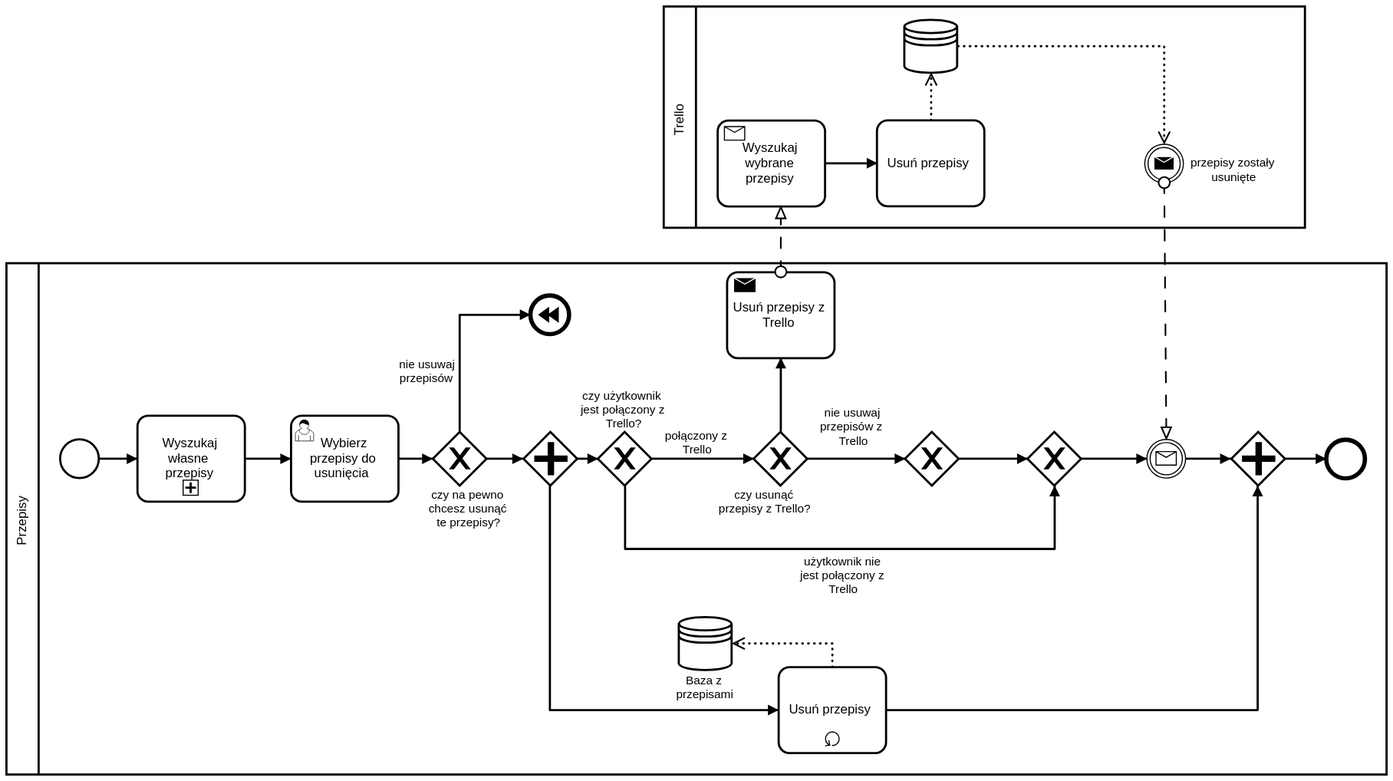
This is doc/diagramy/usuń_przepisy.svg from SebastianLasisz/Przepisy, a BPMN export, as it was before one commit. Its source is kept beside it as doc/diagramy/usuń_przepisy.bpmn. Ids are renumbered.
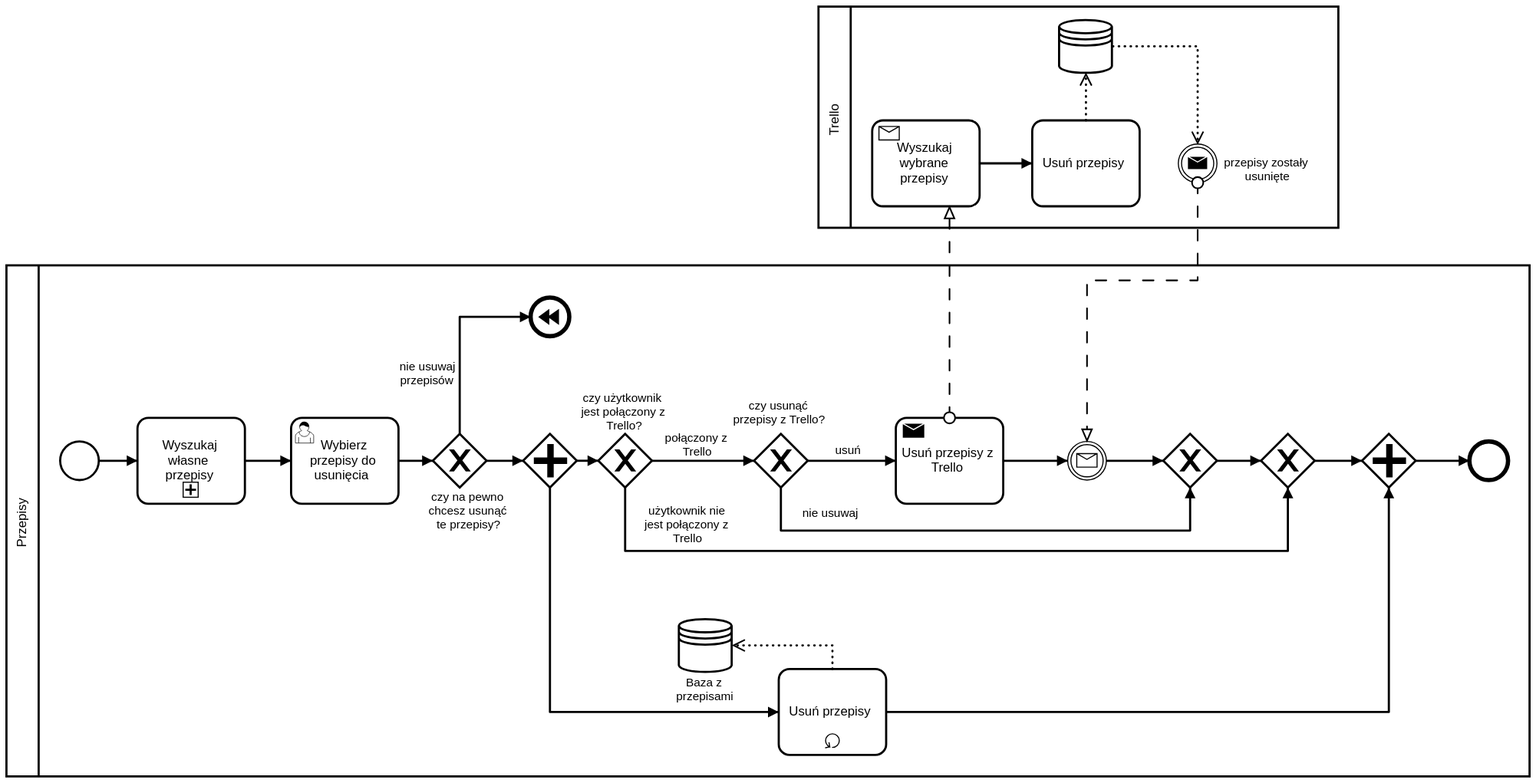
Above is the later version.

What changed in the source:
```diff
@@ -19,23 +19,8 @@
     <bpmn:sequenceFlow id="SequenceFlow_n17" name="połączony z Trello" sourceRef="ExclusiveGateway_n15" targetRef="ExclusiveGateway_n19" />
-    <bpmn:sequenceFlow id="SequenceFlow_n20" name="nie usuwaj przepisów z Trello" sourceRef="ExclusiveGateway_n19" targetRef="ExclusiveGateway_n21" />
     <bpmn:exclusiveGateway id="ExclusiveGateway_n19" name="czy usunąć przepisy z Trello?">
       <bpmn:incoming>SequenceFlow_n17</bpmn:incoming>
-      <bpmn:outgoing>SequenceFlow_n20</bpmn:outgoing>
-      <bpmn:outgoing>SequenceFlow_n22</bpmn:outgoing>
-    </bpmn:exclusiveGateway>
-    <bpmn:exclusiveGateway id="ExclusiveGateway_n21">
-      <bpmn:incoming>SequenceFlow_n20</bpmn:incoming>
-      <bpmn:outgoing>SequenceFlow_n23</bpmn:outgoing>
-    </bpmn:exclusiveGateway>
-    <bpmn:sequenceFlow id="SequenceFlow_n23" sourceRef="ExclusiveGateway_n21" targetRef="ExclusiveGateway_n24" />
-    <bpmn:exclusiveGateway id="ExclusiveGateway_n24">
-      <bpmn:incoming>SequenceFlow_n23</bpmn:incoming>
-      <bpmn:incoming>SequenceFlow_n18</bpmn:incoming>
-      <bpmn:outgoing>SequenceFlow_n25</bpmn:outgoing>
+      <bpmn:outgoing>SequenceFlow_n47</bpmn:outgoing>
+      <bpmn:outgoing>SequenceFlow_n48</bpmn:outgoing>
     </bpmn:exclusiveGateway>
     <bpmn:sequenceFlow id="SequenceFlow_n18" name="użytkownik nie jest połączony z Trello" sourceRef="ExclusiveGateway_n15" targetRef="ExclusiveGateway_n24" />
-    <bpmn:sequenceFlow id="SequenceFlow_n22" sourceRef="ExclusiveGateway_n19" targetRef="SendTask_n6" />
-    <bpmn:sendTask id="SendTask_n6" name="Usuń przepisy z Trello">
-      <bpmn:incoming>SequenceFlow_n22</bpmn:incoming>
-    </bpmn:sendTask>
     <bpmn:task id="Task_n26" name="Usuń przepisy">
@@ -54,11 +39,3 @@
     </bpmn:parallelGateway>
-    <bpmn:sequenceFlow id="SequenceFlow_n25" sourceRef="ExclusiveGateway_n24" targetRef="IntermediateCatchEvent_n10" />
     <bpmn:sequenceFlow id="SequenceFlow_n28" sourceRef="Task_n26" targetRef="ParallelGateway_n33" />
-    <bpmn:sequenceFlow id="SequenceFlow_n34" sourceRef="ParallelGateway_n33" targetRef="EndEvent_n35" />
-    <bpmn:sequenceFlow id="SequenceFlow_n36" sourceRef="IntermediateCatchEvent_n10" targetRef="ParallelGateway_n33" />
-    <bpmn:intermediateCatchEvent id="IntermediateCatchEvent_n10">
-      <bpmn:incoming>SequenceFlow_n25</bpmn:incoming>
-      <bpmn:outgoing>SequenceFlow_n36</bpmn:outgoing>
-      <bpmn:messageEventDefinition />
-    </bpmn:intermediateCatchEvent>
     <bpmn:sequenceFlow id="SequenceFlow_n37" sourceRef="UserTask_n14" targetRef="ExclusiveGateway_n38" />
@@ -84,5 +61,31 @@
     </bpmn:endEvent>
+    <bpmn:dataStoreReference id="DataStoreReference_n30" name="Baza z przepisami" />
+    <bpmn:sequenceFlow id="SequenceFlow_n49" sourceRef="IntermediateCatchEvent_n10" targetRef="ExclusiveGateway_n50" />
+    <bpmn:sequenceFlow id="SequenceFlow_n47" name="nie usuwaj" sourceRef="ExclusiveGateway_n19" targetRef="ExclusiveGateway_n50" />
+    <bpmn:sequenceFlow id="SequenceFlow_n51" sourceRef="SendTask_n6" targetRef="IntermediateCatchEvent_n10" />
+    <bpmn:sequenceFlow id="SequenceFlow_n52" sourceRef="ExclusiveGateway_n50" targetRef="ExclusiveGateway_n24" />
+    <bpmn:sequenceFlow id="SequenceFlow_n34" sourceRef="ParallelGateway_n33" targetRef="EndEvent_n35" />
+    <bpmn:sendTask id="SendTask_n6" name="Usuń przepisy z Trello">
+      <bpmn:incoming>SequenceFlow_n48</bpmn:incoming>
+      <bpmn:outgoing>SequenceFlow_n51</bpmn:outgoing>
+    </bpmn:sendTask>
+    <bpmn:sequenceFlow id="SequenceFlow_n48" name="usuń" sourceRef="ExclusiveGateway_n19" targetRef="SendTask_n6" />
+    <bpmn:intermediateCatchEvent id="IntermediateCatchEvent_n10">
+      <bpmn:incoming>SequenceFlow_n51</bpmn:incoming>
+      <bpmn:outgoing>SequenceFlow_n49</bpmn:outgoing>
+      <bpmn:messageEventDefinition />
+    </bpmn:intermediateCatchEvent>
+    <bpmn:exclusiveGateway id="ExclusiveGateway_n50">
+      <bpmn:incoming>SequenceFlow_n49</bpmn:incoming>
+      <bpmn:incoming>SequenceFlow_n47</bpmn:incoming>
+      <bpmn:outgoing>SequenceFlow_n52</bpmn:outgoing>
+    </bpmn:exclusiveGateway>
+    <bpmn:exclusiveGateway id="ExclusiveGateway_n24">
+      <bpmn:incoming>SequenceFlow_n18</bpmn:incoming>
+      <bpmn:incoming>SequenceFlow_n52</bpmn:incoming>
+      <bpmn:outgoing>SequenceFlow_n53</bpmn:outgoing>
+    </bpmn:exclusiveGateway>
     <bpmn:parallelGateway id="ParallelGateway_n33">
       <bpmn:incoming>SequenceFlow_n28</bpmn:incoming>
-      <bpmn:incoming>SequenceFlow_n36</bpmn:incoming>
+      <bpmn:incoming>SequenceFlow_n53</bpmn:incoming>
       <bpmn:outgoing>SequenceFlow_n34</bpmn:outgoing>
@@ -92,3 +95,3 @@
     </bpmn:endEvent>
-    <bpmn:dataStoreReference id="DataStoreReference_n30" name="Baza z przepisami" />
+    <bpmn:sequenceFlow id="SequenceFlow_n53" sourceRef="ExclusiveGateway_n24" targetRef="ParallelGateway_n33" />
   </bpmn:process>
@@ -105,7 +108,8 @@
     <bpmn:dataStoreReference id="DataStoreReference_n44" />
+    <bpmn:sequenceFlow id="SequenceFlow_n41" sourceRef="ReceiveTask_n7" targetRef="Task_n42" />
     <bpmn:intermediateThrowEvent id="IntermediateThrowEvent_n9" name="przepisy zostały usunięte">
-      <bpmn:property id="Property_n45" name="__targetRef_placeholder" />
-      <bpmn:dataInputAssociation id="DataInputAssociation_n46">
+      <bpmn:property id="Property_n54" name="__targetRef_placeholder" />
+      <bpmn:dataInputAssociation id="DataInputAssociation_n55">
         <bpmn:sourceRef>DataStoreReference_n44</bpmn:sourceRef>
-        <bpmn:targetRef>Property_n45</bpmn:targetRef>
+        <bpmn:targetRef>Property_n54</bpmn:targetRef>
       </bpmn:dataInputAssociation>
@@ -113,3 +117,2 @@
     </bpmn:intermediateThrowEvent>
-    <bpmn:sequenceFlow id="SequenceFlow_n41" sourceRef="ReceiveTask_n7" targetRef="Task_n42" />
   </bpmn:process>
@@ -118,3 +121,3 @@
       <bpmndi:BPMNShape id="Participant_n2_di" bpmnElement="Participant_n2">
-        <dc:Bounds x="137" y="-97" width="1285" height="476" />
+        <dc:Bounds x="137" y="-97" width="1418" height="476" />
       </bpmndi:BPMNShape>
@@ -164,3 +167,3 @@
       <bpmndi:BPMNShape id="Participant_n3_di" bpmnElement="Participant_n3">
-        <dc:Bounds x="749" y="-336" width="597" height="206" />
+        <dc:Bounds x="893" y="-338" width="484" height="206" />
       </bpmndi:BPMNShape>
@@ -182,29 +185,9 @@
         <bpmndi:BPMNLabel>
-          <dc:Bounds x="799.615" y="109" width="90" height="20" />
+          <dc:Bounds x="813" y="24" width="90" height="20" />
         </bpmndi:BPMNLabel>
       </bpmndi:BPMNShape>
-      <bpmndi:BPMNEdge id="SequenceFlow_n20_di" bpmnElement="SequenceFlow_n20">
-        <di:waypoint xsi:type="dc:Point" x="883" y="85" />
-        <di:waypoint xsi:type="dc:Point" x="974" y="85" />
+      <bpmndi:BPMNShape id="ExclusiveGateway_n24_di" bpmnElement="ExclusiveGateway_n24" isMarkerVisible="true">
+        <dc:Bounds x="1305" y="60" width="50" height="50" />
         <bpmndi:BPMNLabel>
-          <dc:Bounds x="881.5" y="33" width="90" height="20" />
-        </bpmndi:BPMNLabel>
-      </bpmndi:BPMNEdge>
-      <bpmndi:BPMNShape id="ExclusiveGateway_n21_di" bpmnElement="ExclusiveGateway_n21" isMarkerVisible="true">
-        <dc:Bounds x="973.615" y="60" width="50" height="50" />
-        <bpmndi:BPMNLabel>
-          <dc:Bounds x="953.615" y="110" width="90" height="20" />
-        </bpmndi:BPMNLabel>
-      </bpmndi:BPMNShape>
-      <bpmndi:BPMNEdge id="SequenceFlow_n23_di" bpmnElement="SequenceFlow_n23">
-        <di:waypoint xsi:type="dc:Point" x="1024" y="85" />
-        <di:waypoint xsi:type="dc:Point" x="1088" y="85" />
-        <bpmndi:BPMNLabel>
-          <dc:Bounds x="1067" y="75" width="90" height="20" />
-        </bpmndi:BPMNLabel>
-      </bpmndi:BPMNEdge>
-      <bpmndi:BPMNShape id="ExclusiveGateway_n24_di" bpmnElement="ExclusiveGateway_n24" isMarkerVisible="true">
-        <dc:Bounds x="1087.615" y="60" width="50" height="50" />
-        <bpmndi:BPMNLabel>
-          <dc:Bounds x="1067.615" y="110" width="90" height="20" />
+          <dc:Bounds x="1285" y="110" width="90" height="20" />
         </bpmndi:BPMNLabel>
@@ -214,6 +197,6 @@
         <di:waypoint xsi:type="dc:Point" x="713" y="169" />
-        <di:waypoint xsi:type="dc:Point" x="1113" y="169" />
-        <di:waypoint xsi:type="dc:Point" x="1113" y="110" />
+        <di:waypoint xsi:type="dc:Point" x="1330" y="169" />
+        <di:waypoint xsi:type="dc:Point" x="1330" y="110" />
         <bpmndi:BPMNLabel>
-          <dc:Bounds x="872" y="171" width="90" height="20" />
+          <dc:Bounds x="727" y="122" width="90" height="20" />
         </bpmndi:BPMNLabel>
@@ -221,14 +204,7 @@
       <bpmndi:BPMNShape id="SendTask_n6_di" bpmnElement="SendTask_n6">
-        <dc:Bounds x="808" y="-88.55846153846153" width="100" height="80" />
+        <dc:Bounds x="965" y="45" width="100" height="80" />
       </bpmndi:BPMNShape>
-      <bpmndi:BPMNEdge id="SequenceFlow_n22_di" bpmnElement="SequenceFlow_n22">
-        <di:waypoint xsi:type="dc:Point" x="858" y="60" />
-        <di:waypoint xsi:type="dc:Point" x="858" y="-9" />
-        <bpmndi:BPMNLabel>
-          <dc:Bounds x="813" y="27.5" width="90" height="20" />
-        </bpmndi:BPMNLabel>
-      </bpmndi:BPMNEdge>
       <bpmndi:BPMNEdge id="MessageFlow_n5_di" bpmnElement="MessageFlow_n5">
-        <di:waypoint xsi:type="dc:Point" x="858" y="-89" />
-        <di:waypoint xsi:type="dc:Point" x="858" y="-150" />
+        <di:waypoint xsi:type="dc:Point" x="1015" y="45" />
+        <di:waypoint xsi:type="dc:Point" x="1015" y="-152" />
         <bpmndi:BPMNLabel>
@@ -238,3 +214,3 @@
       <bpmndi:BPMNShape id="ReceiveTask_n7_di" bpmnElement="ReceiveTask_n7">
-        <dc:Bounds x="799.2084615384615" y="-229.78923076923076" width="100" height="80" />
+        <dc:Bounds x="943" y="-232" width="100" height="80" />
       </bpmndi:BPMNShape>
@@ -244,9 +220,9 @@
       <bpmndi:BPMNShape id="Task_n42_di" bpmnElement="Task_n42">
-        <dc:Bounds x="947.516" y="-230" width="100" height="80" />
+        <dc:Bounds x="1092" y="-232" width="100" height="80" />
       </bpmndi:BPMNShape>
       <bpmndi:BPMNEdge id="SequenceFlow_n41_di" bpmnElement="SequenceFlow_n41">
-        <di:waypoint xsi:type="dc:Point" x="899" y="-190" />
-        <di:waypoint xsi:type="dc:Point" x="948" y="-190" />
+        <di:waypoint xsi:type="dc:Point" x="1043" y="-192" />
+        <di:waypoint xsi:type="dc:Point" x="1092" y="-192" />
         <bpmndi:BPMNLabel>
-          <dc:Bounds x="878.5" y="-200" width="90" height="20" />
+          <dc:Bounds x="1023" y="-202" width="90" height="20" />
         </bpmndi:BPMNLabel>
@@ -254,5 +230,5 @@
       <bpmndi:BPMNShape id="DataStoreReference_n44_di" bpmnElement="DataStoreReference_n44">
-        <dc:Bounds x="973" y="-324.02" width="50" height="50" />
+        <dc:Bounds x="1117" y="-326" width="50" height="50" />
         <bpmndi:BPMNLabel>
-          <dc:Bounds x="953" y="-274.02" width="90" height="20" />
+          <dc:Bounds x="1097" y="-276" width="90" height="20" />
         </bpmndi:BPMNLabel>
@@ -260,4 +236,4 @@
       <bpmndi:BPMNEdge id="DataOutputAssociation_n43_di" bpmnElement="DataOutputAssociation_n43">
-        <di:waypoint xsi:type="dc:Point" x="998" y="-230" />
-        <di:waypoint xsi:type="dc:Point" x="998" y="-274" />
+        <di:waypoint xsi:type="dc:Point" x="1142" y="-232" />
+        <di:waypoint xsi:type="dc:Point" x="1142" y="-276" />
       </bpmndi:BPMNEdge>
@@ -277,18 +253,11 @@
       <bpmndi:BPMNShape id="ParallelGateway_n33_di" bpmnElement="ParallelGateway_n33">
-        <dc:Bounds x="1277.4291287386216" y="60" width="50" height="50" />
+        <dc:Bounds x="1399" y="60" width="50" height="50" />
         <bpmndi:BPMNLabel>
-          <dc:Bounds x="1257.4291287386216" y="110" width="90" height="20" />
+          <dc:Bounds x="1379" y="110" width="90" height="20" />
         </bpmndi:BPMNLabel>
       </bpmndi:BPMNShape>
-      <bpmndi:BPMNEdge id="SequenceFlow_n25_di" bpmnElement="SequenceFlow_n25">
-        <di:waypoint xsi:type="dc:Point" x="1138" y="85" />
-        <di:waypoint xsi:type="dc:Point" x="1199" y="85" />
-        <bpmndi:BPMNLabel>
-          <dc:Bounds x="1122.5" y="75" width="90" height="20" />
-        </bpmndi:BPMNLabel>
-      </bpmndi:BPMNEdge>
       <bpmndi:BPMNEdge id="SequenceFlow_n28_di" bpmnElement="SequenceFlow_n28">
         <di:waypoint xsi:type="dc:Point" x="956" y="319" />
-        <di:waypoint xsi:type="dc:Point" x="1302" y="319" />
-        <di:waypoint xsi:type="dc:Point" x="1302" y="110" />
+        <di:waypoint xsi:type="dc:Point" x="1424" y="319" />
+        <di:waypoint xsi:type="dc:Point" x="1424" y="110" />
         <bpmndi:BPMNLabel>
@@ -298,5 +267,5 @@
       <bpmndi:BPMNShape id="EndEvent_n35_di" bpmnElement="EndEvent_n35">
-        <dc:Bounds x="1365.8751625487646" y="67.28868660598181" width="36" height="36" />
+        <dc:Bounds x="1499" y="67" width="36" height="36" />
         <bpmndi:BPMNLabel>
-          <dc:Bounds x="1338.8751625487646" y="103.28868660598181" width="90" height="20" />
+          <dc:Bounds x="1472" y="103" width="90" height="20" />
         </bpmndi:BPMNLabel>
@@ -304,13 +273,6 @@
       <bpmndi:BPMNEdge id="SequenceFlow_n34_di" bpmnElement="SequenceFlow_n34">
-        <di:waypoint xsi:type="dc:Point" x="1327" y="85" />
-        <di:waypoint xsi:type="dc:Point" x="1366" y="85" />
+        <di:waypoint xsi:type="dc:Point" x="1449" y="85" />
+        <di:waypoint xsi:type="dc:Point" x="1499" y="85" />
         <bpmndi:BPMNLabel>
-          <dc:Bounds x="1268" y="80" width="90" height="20" />
-        </bpmndi:BPMNLabel>
-      </bpmndi:BPMNEdge>
-      <bpmndi:BPMNEdge id="SequenceFlow_n36_di" bpmnElement="SequenceFlow_n36">
-        <di:waypoint xsi:type="dc:Point" x="1235" y="85" />
-        <di:waypoint xsi:type="dc:Point" x="1277" y="85" />
-        <bpmndi:BPMNLabel>
-          <dc:Bounds x="1290.5" y="75" width="90" height="20" />
+          <dc:Bounds x="1543" y="88" width="90" height="20" />
         </bpmndi:BPMNLabel>
@@ -318,16 +280,11 @@
       <bpmndi:BPMNShape id="IntermediateThrowEvent_n9_di" bpmnElement="IntermediateThrowEvent_n9">
-        <dc:Bounds x="1196.8751625487646" y="-207.7113133940182" width="36" height="36" />
+        <dc:Bounds x="1228" y="-210" width="36" height="36" />
         <bpmndi:BPMNLabel>
-          <dc:Bounds x="1235.8751625487646" y="-199.7113133940182" width="90" height="20" />
+          <dc:Bounds x="1267" y="-202" width="90" height="20" />
         </bpmndi:BPMNLabel>
       </bpmndi:BPMNShape>
-      <bpmndi:BPMNEdge id="DataInputAssociation_n46_di" bpmnElement="DataInputAssociation_n46">
-        <di:waypoint xsi:type="dc:Point" x="1023" y="-299" />
-        <di:waypoint xsi:type="dc:Point" x="1215" y="-299" />
-        <di:waypoint xsi:type="dc:Point" x="1215" y="-208" />
-      </bpmndi:BPMNEdge>
       <bpmndi:BPMNShape id="IntermediateCatchEvent_n10_di" bpmnElement="IntermediateCatchEvent_n10">
-        <dc:Bounds x="1198.8751625487646" y="67" width="36" height="36" />
+        <dc:Bounds x="1125" y="67" width="36" height="36" />
         <bpmndi:BPMNLabel>
-          <dc:Bounds x="1171.8751625487646" y="103" width="90" height="20" />
+          <dc:Bounds x="1098" y="103" width="90" height="20" />
         </bpmndi:BPMNLabel>
@@ -335,4 +292,6 @@
       <bpmndi:BPMNEdge id="MessageFlow_n8_di" bpmnElement="MessageFlow_n8">
-        <di:waypoint xsi:type="dc:Point" x="1215" y="-172" />
-        <di:waypoint xsi:type="dc:Point" x="1217" y="67" />
+        <di:waypoint xsi:type="dc:Point" x="1246" y="-174" />
+        <di:waypoint xsi:type="dc:Point" x="1246" y="-83" />
+        <di:waypoint xsi:type="dc:Point" x="1143" y="-83" />
+        <di:waypoint xsi:type="dc:Point" x="1143" y="67" />
         <bpmndi:BPMNLabel>
@@ -377,2 +336,57 @@
       </bpmndi:BPMNShape>
+      <bpmndi:BPMNEdge id="SequenceFlow_n49_di" bpmnElement="SequenceFlow_n49">
+        <di:waypoint xsi:type="dc:Point" x="1161" y="85" />
+        <di:waypoint xsi:type="dc:Point" x="1214" y="85" />
+        <bpmndi:BPMNLabel>
+          <dc:Bounds x="1390.5" y="22" width="90" height="20" />
+        </bpmndi:BPMNLabel>
+      </bpmndi:BPMNEdge>
+      <bpmndi:BPMNShape id="ExclusiveGateway_n50_di" bpmnElement="ExclusiveGateway_n50" isMarkerVisible="true">
+        <dc:Bounds x="1214" y="60" width="50" height="50" />
+        <bpmndi:BPMNLabel>
+          <dc:Bounds x="1194" y="110" width="90" height="20" />
+        </bpmndi:BPMNLabel>
+      </bpmndi:BPMNShape>
+      <bpmndi:BPMNEdge id="SequenceFlow_n52_di" bpmnElement="SequenceFlow_n52">
+        <di:waypoint xsi:type="dc:Point" x="1264" y="85" />
+        <di:waypoint xsi:type="dc:Point" x="1305" y="85" />
+        <bpmndi:BPMNLabel>
+          <dc:Bounds x="1376" y="83" width="90" height="20" />
+        </bpmndi:BPMNLabel>
+      </bpmndi:BPMNEdge>
+      <bpmndi:BPMNEdge id="SequenceFlow_n47_di" bpmnElement="SequenceFlow_n47">
+        <di:waypoint xsi:type="dc:Point" x="858" y="110" />
+        <di:waypoint xsi:type="dc:Point" x="858" y="150" />
+        <di:waypoint xsi:type="dc:Point" x="1239" y="150" />
+        <di:waypoint xsi:type="dc:Point" x="1239" y="110" />
+        <bpmndi:BPMNLabel>
+          <dc:Bounds x="861" y="124" width="90" height="20" />
+        </bpmndi:BPMNLabel>
+      </bpmndi:BPMNEdge>
+      <bpmndi:BPMNEdge id="SequenceFlow_n51_di" bpmnElement="SequenceFlow_n51">
+        <di:waypoint xsi:type="dc:Point" x="1065" y="85" />
+        <di:waypoint xsi:type="dc:Point" x="1125" y="85" />
+        <bpmndi:BPMNLabel>
+          <dc:Bounds x="888" y="8" width="90" height="20" />
+        </bpmndi:BPMNLabel>
+      </bpmndi:BPMNEdge>
+      <bpmndi:BPMNEdge id="SequenceFlow_n48_di" bpmnElement="SequenceFlow_n48">
+        <di:waypoint xsi:type="dc:Point" x="883" y="85" />
+        <di:waypoint xsi:type="dc:Point" x="965" y="85" />
+        <bpmndi:BPMNLabel>
+          <dc:Bounds x="877" y="66" width="90" height="20" />
+        </bpmndi:BPMNLabel>
+      </bpmndi:BPMNEdge>
+      <bpmndi:BPMNEdge id="DataInputAssociation_n55_di" bpmnElement="DataInputAssociation_n55">
+        <di:waypoint xsi:type="dc:Point" x="1167" y="-301" />
+        <di:waypoint xsi:type="dc:Point" x="1246" y="-301" />
+        <di:waypoint xsi:type="dc:Point" x="1246" y="-210" />
+      </bpmndi:BPMNEdge>
+      <bpmndi:BPMNEdge id="SequenceFlow_n53_di" bpmnElement="SequenceFlow_n53">
+        <di:waypoint xsi:type="dc:Point" x="1355" y="85" />
+        <di:waypoint xsi:type="dc:Point" x="1399" y="85" />
+        <bpmndi:BPMNLabel>
+          <dc:Bounds x="1332" y="75" width="90" height="20" />
+        </bpmndi:BPMNLabel>
+      </bpmndi:BPMNEdge>
     </bpmndi:BPMNPlane>
```
